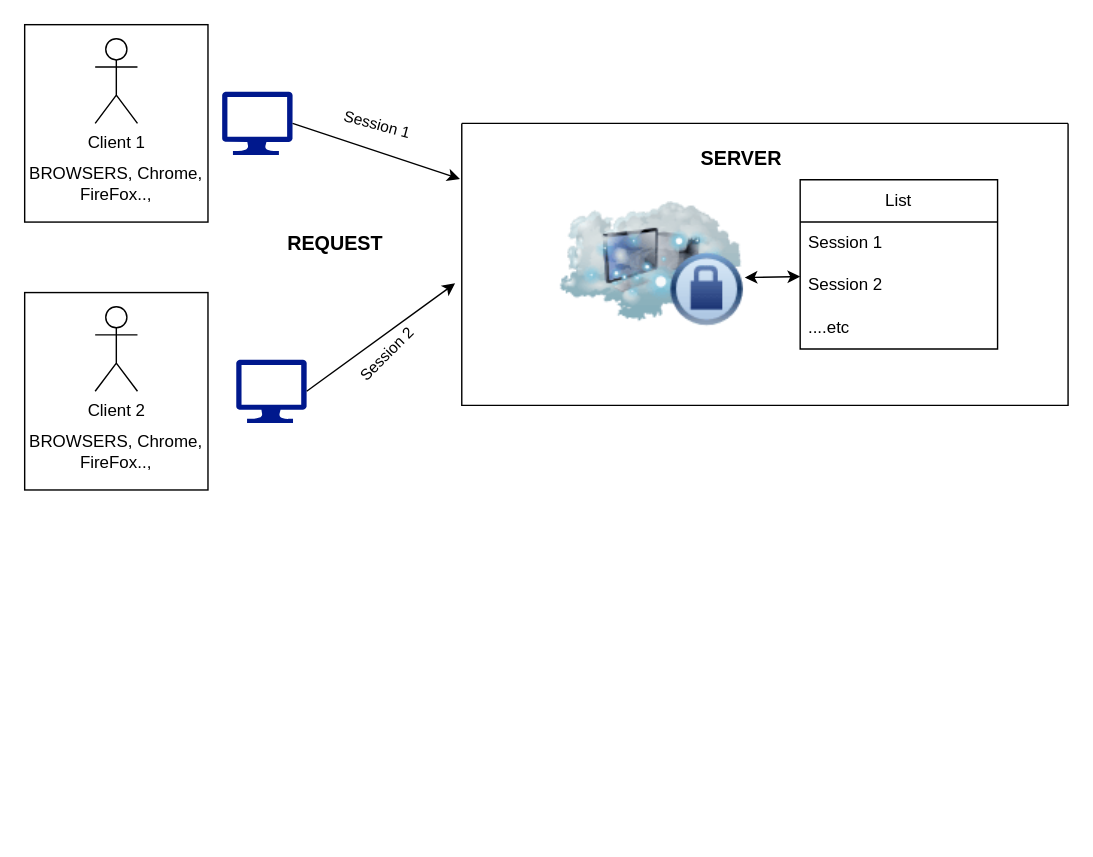
Earlier version of the draw.io diagram page "SESSION" (1 of 3) of flows/session_cookies.drawio (sundarcharan/drawFlow). Source tidied: cells renumbered, new cells numbered last; positions are measured from the earlier drawing's top-left corner, leaving out a move shared by most shapes. Both pictures are drawn from the tidied source at 141%, with x=0, y=0 at pixel (24, 24).
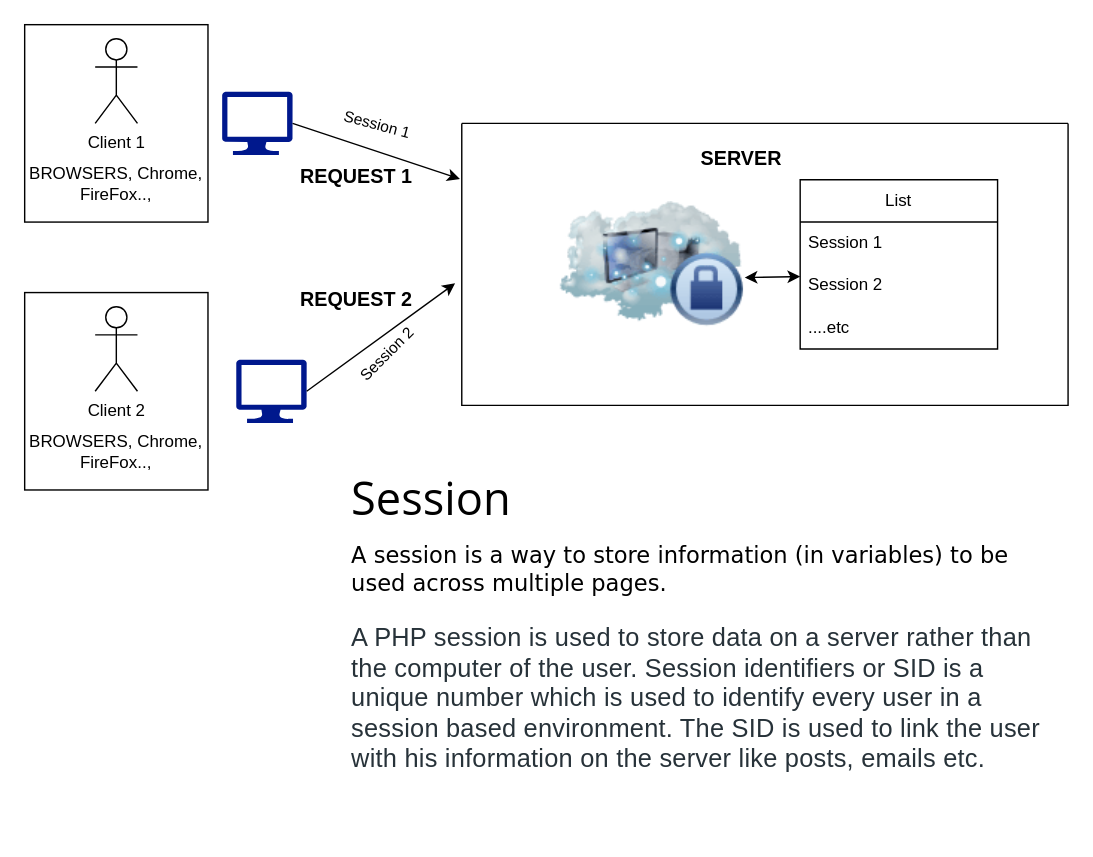
The same diagram, later.

The edit, as a diff of the source:
```diff
@@
-    <mxCell id="19" value="&lt;font style=&quot;font-size: 14px;&quot;&gt;&lt;b&gt;REQUEST&lt;/b&gt;&lt;/font&gt;" style="text;html=1;align=center;verticalAlign=middle;strokeColor=none;fillColor=none;" parent="1" vertex="1">
-      <mxGeometry x="175" y="140" width="90" height="30" as="geometry" />
+    <mxCell id="19" value="&lt;font style=&quot;font-size: 14px;&quot;&gt;&lt;b&gt;REQUEST 1&lt;/b&gt;&lt;/font&gt;" style="text;html=1;align=center;verticalAlign=middle;strokeColor=none;fillColor=none;" parent="1" vertex="1">
+      <mxGeometry x="185" y="92.5" width="100" height="30" as="geometry" />
     </mxCell>
@@
+    <mxCell id="21" value="&lt;font style=&quot;font-size: 14px;&quot;&gt;&lt;b&gt;REQUEST 2&lt;/b&gt;&lt;/font&gt;" style="text;html=1;align=center;verticalAlign=middle;strokeColor=none;fillColor=none;" parent="1" vertex="1">
+      <mxGeometry x="185" y="180" width="100" height="30" as="geometry" />
+    </mxCell>
+    <mxCell id="22" value="&lt;h2 style=&quot;box-sizing: inherit; font-size: 32px; font-family: &amp;quot;Segoe UI&amp;quot;, Arial, sans-serif; font-weight: 400; margin: 10px 0px; background-color: rgb(255, 255, 255);&quot;&gt;Session&lt;/h2&gt;&lt;p&gt;&lt;span style=&quot;font-family: Verdana, sans-serif; font-size: 16px; background-color: rgb(255, 255, 255);&quot;&gt;A session is a way to store information (in variables) to be used across multiple pages.&lt;br&gt;&lt;br&gt;&lt;span style=&quot;color: rgb(39, 50, 57); font-family: Nunito, sans-serif; font-size: 18px; letter-spacing: 0.162px;&quot;&gt;A PHP session is used to store data on a server rather than the computer of the user. Session identifiers or SID is a unique number which is used to identify every user in a session based environment. The SID is used to link the user with his information on the server like posts, emails etc.&lt;/span&gt;&lt;/span&gt;&lt;/p&gt;" style="text;html=1;whiteSpace=wrap;overflow=hidden;rounded=0;" parent="1" vertex="1">
+      <mxGeometry x="230" y="300" width="500" height="270" as="geometry" />
+    </mxCell>
```
